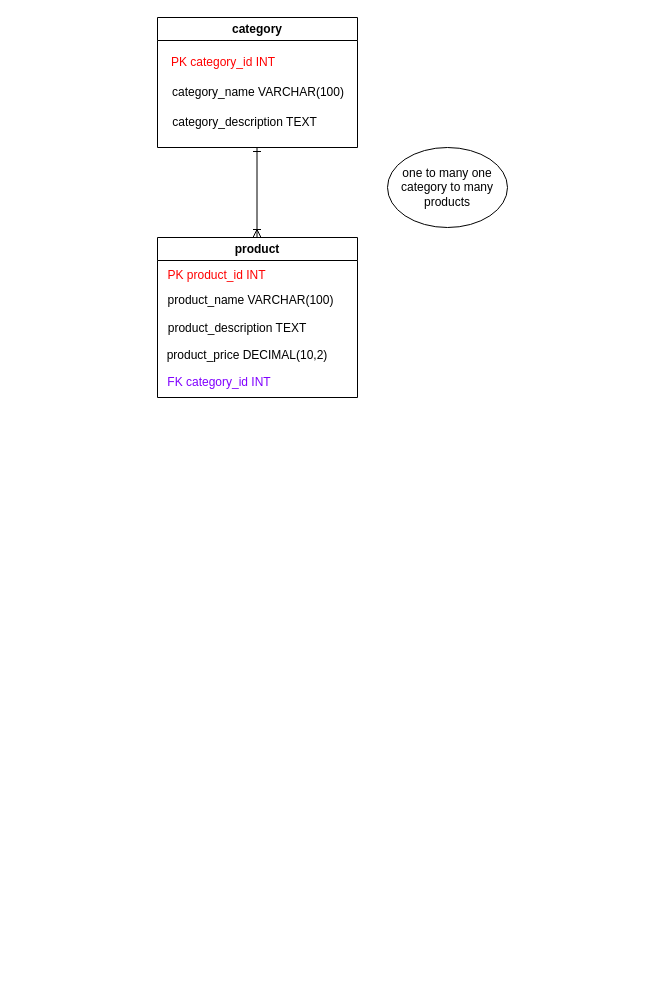
Above: exercise123.drawio in angelikakasia/SQL (draw.io), before the change. Source tidied: cells renumbered, new cells numbered last; positions are measured from the earlier drawing's top-left corner, leaving out a move shared by most shapes. Both pictures are drawn from the tidied source at 100%, with x=0, y=0 at pixel (117, 17).
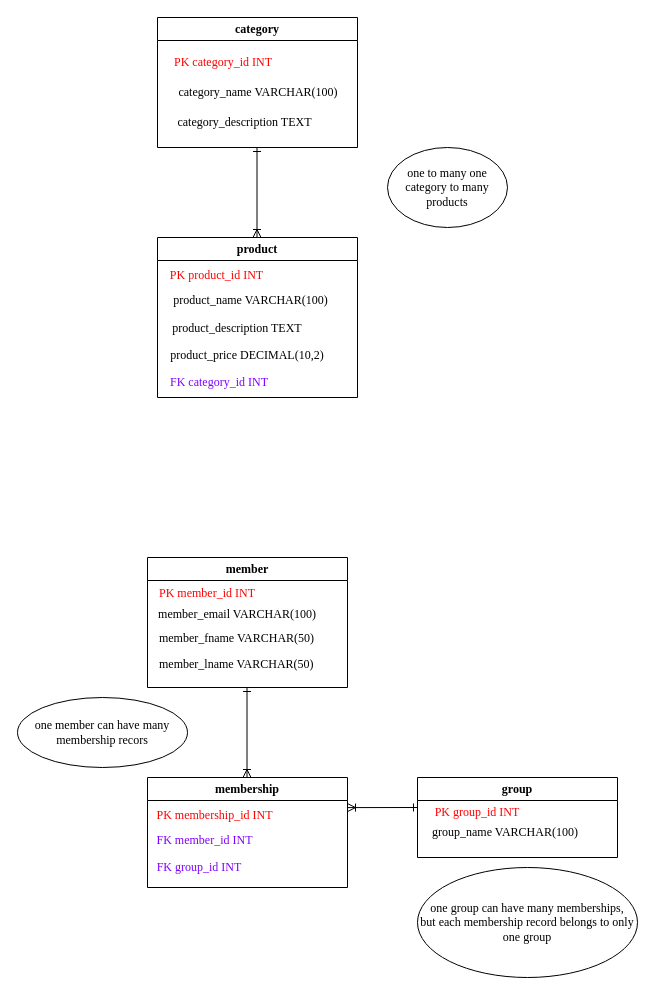
The same diagram, later.

Change to the diagram source:
```diff
@@
-    <mxCell id="2" value="category" style="swimlane;whiteSpace=wrap;html=1;" parent="1" vertex="1">
+    <mxCell id="2" value="category" style="swimlane;whiteSpace=wrap;html=1;fontFamily=Times New Roman;" parent="1" vertex="1">
       <mxGeometry x="40" width="200" height="130" as="geometry" />
     </mxCell>
-    <mxCell id="3" value="&lt;span style=&quot;color: light-dark(rgb(255, 0, 0), rgb(237, 237, 237));&quot;&gt;PK category_id INT&lt;/span&gt;" style="text;html=1;align=center;verticalAlign=middle;whiteSpace=wrap;rounded=0;" parent="2" vertex="1">
+    <mxCell id="3" value="&lt;span style=&quot;color: light-dark(rgb(255, 0, 0), rgb(237, 237, 237));&quot;&gt;PK category_id INT&lt;/span&gt;" style="text;html=1;align=center;verticalAlign=middle;whiteSpace=wrap;rounded=0;fontFamily=Times New Roman;" parent="2" vertex="1">
       <mxGeometry x="-14" y="30" width="160" height="30" as="geometry" />
     </mxCell>
-    <mxCell id="4" value="category_name VARCHAR(100)" style="text;html=1;align=center;verticalAlign=middle;whiteSpace=wrap;rounded=0;" parent="2" vertex="1">
+    <mxCell id="4" value="category_name VARCHAR(100)" style="text;html=1;align=center;verticalAlign=middle;whiteSpace=wrap;rounded=0;fontFamily=Times New Roman;" parent="2" vertex="1">
       <mxGeometry x="11" y="60" width="180" height="30" as="geometry" />
     </mxCell>
-    <mxCell id="5" value="category_description TEXT" style="text;html=1;align=center;verticalAlign=middle;whiteSpace=wrap;rounded=0;" parent="2" vertex="1">
+    <mxCell id="5" value="category_description TEXT" style="text;html=1;align=center;verticalAlign=middle;whiteSpace=wrap;rounded=0;fontFamily=Times New Roman;" parent="2" vertex="1">
       <mxGeometry x="7" y="90" width="161" height="30" as="geometry" />
     </mxCell>
-    <mxCell id="6" value="product" style="swimlane;whiteSpace=wrap;html=1;" parent="1" vertex="1">
+    <mxCell id="6" value="product" style="swimlane;whiteSpace=wrap;html=1;fontFamily=Times New Roman;" parent="1" vertex="1">
       <mxGeometry x="40" y="220" width="200" height="160" as="geometry" />
     </mxCell>
-    <mxCell id="7" value="&lt;span style=&quot;color: light-dark(rgb(255, 0, 0), rgb(237, 237, 237));&quot;&gt;PK product_id INT&lt;/span&gt;" style="text;html=1;align=center;verticalAlign=middle;whiteSpace=wrap;rounded=0;" parent="6" vertex="1">
+    <mxCell id="7" value="&lt;span style=&quot;color: light-dark(rgb(255, 0, 0), rgb(237, 237, 237));&quot;&gt;PK product_id INT&lt;/span&gt;" style="text;html=1;align=center;verticalAlign=middle;whiteSpace=wrap;rounded=0;fontFamily=Times New Roman;" parent="6" vertex="1">
       <mxGeometry x="-10" y="23" width="139" height="30" as="geometry" />
     </mxCell>
-    <mxCell id="8" value="product_name VARCHAR(100)" style="text;html=1;align=center;verticalAlign=middle;whiteSpace=wrap;rounded=0;" parent="6" vertex="1">
+    <mxCell id="8" value="product_name VARCHAR(100)" style="text;html=1;align=center;verticalAlign=middle;whiteSpace=wrap;rounded=0;fontFamily=Times New Roman;" parent="6" vertex="1">
       <mxGeometry x="-40" y="48" width="267" height="30" as="geometry" />
     </mxCell>
-    <mxCell id="9" value="product_description TEXT" style="text;html=1;align=center;verticalAlign=middle;whiteSpace=wrap;rounded=0;" parent="6" vertex="1">
+    <mxCell id="9" value="product_description TEXT" style="text;html=1;align=center;verticalAlign=middle;whiteSpace=wrap;rounded=0;fontFamily=Times New Roman;" parent="6" vertex="1">
       <mxGeometry x="5" y="76" width="150" height="30" as="geometry" />
     </mxCell>
-    <mxCell id="10" value="product_price DECIMAL(10,2)" style="text;html=1;align=center;verticalAlign=middle;whiteSpace=wrap;rounded=0;" parent="6" vertex="1">
+    <mxCell id="10" value="product_price DECIMAL(10,2)" style="text;html=1;align=center;verticalAlign=middle;whiteSpace=wrap;rounded=0;fontFamily=Times New Roman;" parent="6" vertex="1">
       <mxGeometry y="103" width="180" height="30" as="geometry" />
     </mxCell>
-    <mxCell id="11" value="&lt;span style=&quot;color: light-dark(rgb(128, 0, 255), rgb(237, 237, 237));&quot;&gt;FK category_id INT&lt;/span&gt;" style="text;html=1;align=center;verticalAlign=middle;whiteSpace=wrap;rounded=0;" parent="6" vertex="1">
+    <mxCell id="11" value="&lt;span style=&quot;color: light-dark(rgb(128, 0, 255), rgb(237, 237, 237));&quot;&gt;FK category_id INT&lt;/span&gt;" style="text;html=1;align=center;verticalAlign=middle;whiteSpace=wrap;rounded=0;fontFamily=Times New Roman;" parent="6" vertex="1">
       <mxGeometry x="-13" y="130" width="150" height="30" as="geometry" />
     </mxCell>
-    <mxCell id="12" style="endArrow=ERoneToMany;html=1;rounded=0;startArrow=ERone;startFill=0;endFill=0;" parent="1" edge="1">
+    <mxCell id="12" style="endArrow=ERoneToMany;html=1;rounded=0;startArrow=ERone;startFill=0;endFill=0;fontFamily=Times New Roman;" parent="1" edge="1">
       <mxGeometry relative="1" as="geometry">
         <mxPoint x="139.5" y="130" as="sourcePoint" />
         <mxPoint x="139.5" y="220" as="targetPoint" />
       </mxGeometry>
     </mxCell>
-    <mxCell id="13" value="one to many one category to many products" style="ellipse;whiteSpace=wrap;html=1;" parent="1" vertex="1">
+    <mxCell id="13" value="one to many one category to many products" style="ellipse;whiteSpace=wrap;html=1;fontFamily=Times New Roman;" parent="1" vertex="1">
       <mxGeometry x="270" y="130" width="120" height="80" as="geometry" />
     </mxCell>
+    <mxCell id="14" value="&lt;font&gt;member&lt;/font&gt;" style="swimlane;whiteSpace=wrap;html=1;startSize=23;fontFamily=Times New Roman;" parent="1" vertex="1">
+      <mxGeometry x="30" y="540" width="200" height="130" as="geometry" />
+    </mxCell>
+    <mxCell id="15" value="&lt;font&gt;member_email VARCHAR(100)&lt;/font&gt;" style="text;html=1;align=center;verticalAlign=middle;whiteSpace=wrap;rounded=0;fontFamily=Times New Roman;" parent="14" vertex="1">
+      <mxGeometry y="42" width="180" height="30" as="geometry" />
+    </mxCell>
+    <mxCell id="16" value="&lt;font&gt;member_fname&lt;/font&gt; VARCHAR(50)" style="text;html=1;align=center;verticalAlign=middle;whiteSpace=wrap;rounded=0;fontFamily=Times New Roman;" parent="14" vertex="1">
+      <mxGeometry x="9" y="66" width="161" height="30" as="geometry" />
+    </mxCell>
+    <mxCell id="17" value="&lt;font face=&quot;Times New Roman&quot;&gt;member_lname VARCHAR(50)&lt;/font&gt;" style="text;whiteSpace=wrap;html=1;" parent="14" vertex="1">
+      <mxGeometry x="10" y="93" width="200" height="40" as="geometry" />
+    </mxCell>
+    <mxCell id="18" value="&lt;font face=&quot;Times New Roman&quot;&gt;membership&lt;/font&gt;" style="swimlane;whiteSpace=wrap;html=1;" parent="1" vertex="1">
+      <mxGeometry x="30" y="760" width="200" height="110" as="geometry" />
+    </mxCell>
+    <mxCell id="19" value="&lt;span style=&quot;color: light-dark(rgb(255, 0, 0), rgb(237, 237, 237));&quot;&gt;PK membership_id INT&lt;/span&gt;" style="text;html=1;align=center;verticalAlign=middle;whiteSpace=wrap;rounded=0;fontFamily=Times New Roman;" parent="18" vertex="1">
+      <mxGeometry x="-2" y="23" width="139" height="30" as="geometry" />
+    </mxCell>
+    <mxCell id="20" value="&lt;span style=&quot;color: light-dark(rgb(128, 0, 255), rgb(237, 237, 237));&quot;&gt;FK member_id INT &lt;/span&gt;" style="text;html=1;align=center;verticalAlign=middle;whiteSpace=wrap;rounded=0;fontFamily=Times New Roman;" parent="18" vertex="1">
+      <mxGeometry x="-76" y="48" width="267" height="30" as="geometry" />
+    </mxCell>
+    <mxCell id="21" value="&lt;span style=&quot;color: light-dark(rgb(128, 0, 255), rgb(237, 237, 237));&quot;&gt;FK group_id INT&lt;/span&gt;" style="text;html=1;align=center;verticalAlign=middle;whiteSpace=wrap;rounded=0;fontFamily=Times New Roman;" parent="18" vertex="1">
+      <mxGeometry x="-23" y="75" width="150" height="30" as="geometry" />
+    </mxCell>
+    <mxCell id="22" style="endArrow=ERoneToMany;html=1;rounded=0;startArrow=ERone;startFill=0;endFill=0;fontFamily=Times New Roman;" parent="1" edge="1">
+      <mxGeometry relative="1" as="geometry">
+        <mxPoint x="129.5" y="670" as="sourcePoint" />
+        <mxPoint x="129.5" y="760" as="targetPoint" />
+      </mxGeometry>
+    </mxCell>
+    <mxCell id="23" value="&lt;div&gt;&lt;font face=&quot;Times New Roman&quot;&gt;one group can have many memberships,&lt;/font&gt;&lt;/div&gt;&lt;div&gt;&lt;font face=&quot;Times New Roman&quot;&gt;but each membership record belongs to only one group&lt;/font&gt;&lt;/div&gt;" style="ellipse;whiteSpace=wrap;html=1;" parent="1" vertex="1">
+      <mxGeometry x="300" y="850" width="220" height="110" as="geometry" />
+    </mxCell>
+    <mxCell id="24" value="group" style="swimlane;whiteSpace=wrap;html=1;fontFamily=Times New Roman;" parent="1" vertex="1">
+      <mxGeometry x="300" y="760" width="200" height="80" as="geometry" />
+    </mxCell>
+    <mxCell id="25" value="&lt;span style=&quot;color: light-dark(rgb(255, 0, 0), rgb(237, 237, 237));&quot;&gt;PK group_id INT&lt;/span&gt;" style="text;html=1;align=center;verticalAlign=middle;whiteSpace=wrap;rounded=0;fontFamily=Times New Roman;" parent="24" vertex="1">
+      <mxGeometry x="-20" y="20" width="160" height="30" as="geometry" />
+    </mxCell>
+    <mxCell id="26" value="group_name VARCHAR(100)" style="text;html=1;align=center;verticalAlign=middle;whiteSpace=wrap;rounded=0;fontFamily=Times New Roman;" parent="24" vertex="1">
+      <mxGeometry x="-2.5" y="40" width="180" height="30" as="geometry" />
+    </mxCell>
+    <mxCell id="27" style="endArrow=ERoneToMany;html=1;rounded=0;startArrow=ERone;startFill=0;endFill=0;entryX=0.985;entryY=0.063;entryDx=0;entryDy=0;entryPerimeter=0;fontFamily=Times New Roman;" parent="1" edge="1">
+      <mxGeometry relative="1" as="geometry">
+        <mxPoint x="300" y="790" as="sourcePoint" />
+        <mxPoint x="230" y="790.1" as="targetPoint" />
+      </mxGeometry>
+    </mxCell>
+    <mxCell id="28" value="&lt;font face=&quot;Times New Roman&quot;&gt;one member can have many membership recors&lt;br&gt;&lt;/font&gt;" style="ellipse;whiteSpace=wrap;html=1;" parent="1" vertex="1">
+      <mxGeometry x="-100" y="680" width="170" height="70" as="geometry" />
+    </mxCell>
+    <mxCell id="29" value="&lt;font&gt;&lt;span style=&quot;color: light-dark(rgb(255, 0, 0), rgb(237, 237, 237));&quot;&gt;PK member_id INT&lt;/span&gt;&lt;/font&gt;" style="text;html=1;align=center;verticalAlign=middle;whiteSpace=wrap;rounded=0;fontFamily=Times New Roman;" parent="1" vertex="1">
+      <mxGeometry x="10" y="561" width="160" height="30" as="geometry" />
+    </mxCell>
```
